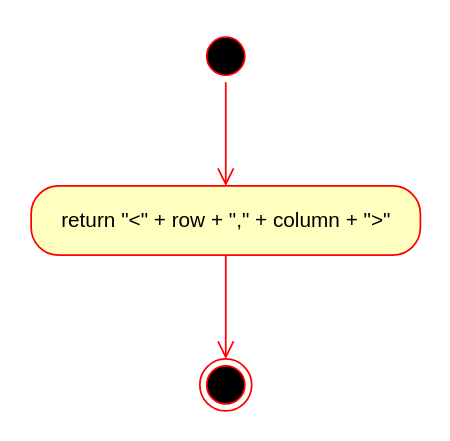
Above: DRAW_IO/toString_boardPos.drawio in c-tollison/extendedConnectX (draw.io), before the change. Source tidied: cells renumbered, new cells numbered last; positions are measured from the earlier drawing's top-left corner, leaving out a move shared by most shapes. Both pictures are drawn from the tidied source at 173%, with x=0, y=0 at pixel (29, 29).
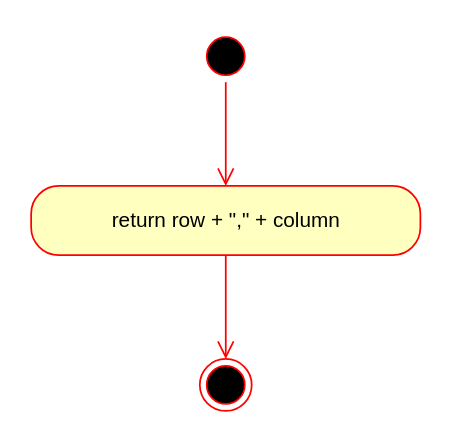
The same diagram, later.

What changed in the source:
```diff
@@
 <mxGraphModel>
   <root>
     <mxCell id="0" />
     <mxCell id="1" parent="0" />
     <mxCell id="2" style="ellipse;html=1;shape=startState;fillColor=#000000;strokeColor=#ff0000;" parent="1" vertex="1">
       <mxGeometry x="98" width="30" height="30" as="geometry" />
     </mxCell>
     <mxCell id="3" style="edgeStyle=orthogonalEdgeStyle;html=1;verticalAlign=bottom;endArrow=open;endSize=8;strokeColor=#ff0000;rounded=0;" parent="1" edge="1" source="2">
       <mxGeometry relative="1" as="geometry">
         <mxPoint x="113" y="90" as="targetPoint" />
       </mxGeometry>
     </mxCell>
-    <mxCell id="4" value="return &quot;&amp;lt;&quot; + row + &quot;,&quot; + column + &quot;&amp;gt;&quot;" style="rounded=1;whiteSpace=wrap;html=1;arcSize=40;fontColor=#000000;fillColor=#ffffc0;strokeColor=#ff0000;" parent="1" vertex="1">
+    <mxCell id="4" value="return row + &quot;,&quot; + column" style="rounded=1;whiteSpace=wrap;html=1;arcSize=40;fontColor=#000000;fillColor=#ffffc0;strokeColor=#ff0000;" parent="1" vertex="1">
       <mxGeometry x="0.5" y="90" width="225" height="40" as="geometry" />
     </mxCell>
     <mxCell id="5" style="edgeStyle=orthogonalEdgeStyle;html=1;verticalAlign=bottom;endArrow=open;endSize=8;strokeColor=#ff0000;rounded=0;" parent="1" edge="1" source="4">
       <mxGeometry relative="1" as="geometry">
         <mxPoint x="113" y="190" as="targetPoint" />
       </mxGeometry>
     </mxCell>
     <mxCell id="6" style="ellipse;html=1;shape=endState;fillColor=#000000;strokeColor=#ff0000;" parent="1" vertex="1">
       <mxGeometry x="98" y="190" width="30" height="30" as="geometry" />
     </mxCell>
   </root>
 </mxGraphModel>
```
